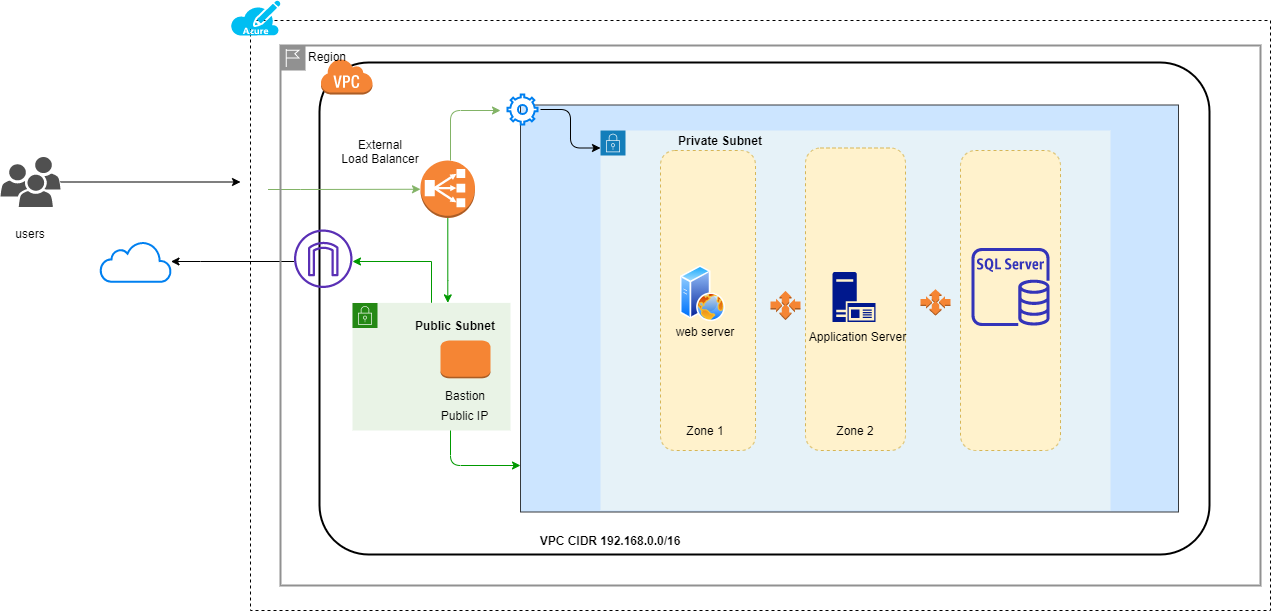
Before: KPMG_ARCH.png, a diagram exported from draw.io (gbhushan86/KPMGTECH). Source tidied: cells renumbered, new cells last; positions are measured from the earlier drawing's top-left corner, leaving out a move shared by most shapes.
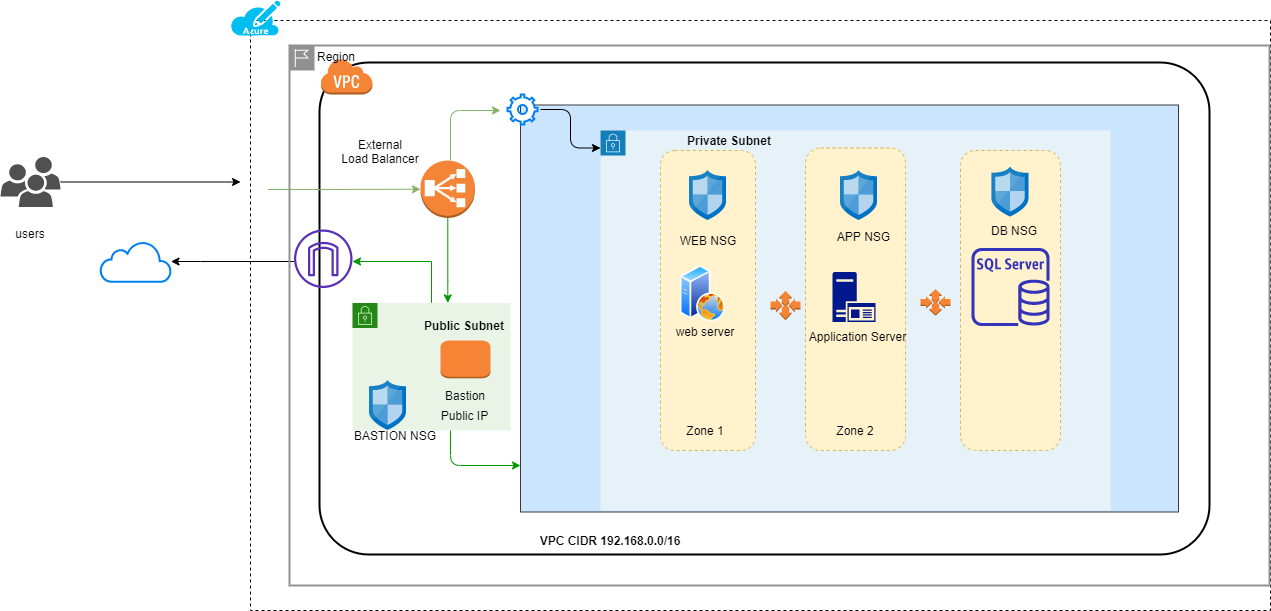
After the change.

Diff of the diagram source:
```diff
@@ -135,7 +135,7 @@
       <mxGeometry x="230" width="50" height="35" as="geometry" />
     </mxCell>
     <mxCell id="34" value="Region" style="shape=mxgraph.ibm.box;prType=region;fontStyle=0;verticalAlign=top;align=left;spacingLeft=32;spacingTop=4;fillColor=none;rounded=0;whiteSpace=wrap;html=1;strokeColor=#919191;strokeWidth=2;dashed=0;spacing=-4;" parent="1" vertex="1">
-      <mxGeometry x="280" y="45" width="980" height="540" as="geometry" />
+      <mxGeometry x="289" y="45" width="980" height="540" as="geometry" />
     </mxCell>
     <mxCell id="35" value="Private Subnet" style="text;html=1;strokeColor=none;fillColor=none;align=center;verticalAlign=middle;whiteSpace=wrap;rounded=0;dashed=1;sketch=1;fontStyle=1;" parent="34" vertex="1">
       <mxGeometry x="390" y="84.5" width="100" height="20" as="geometry" />
@@ -143,6 +143,24 @@
     <mxCell id="36" value="Public Subnet" style="text;html=1;strokeColor=none;fillColor=none;align=center;verticalAlign=middle;whiteSpace=wrap;rounded=0;dashed=1;sketch=1;fontStyle=1;" parent="34" vertex="1">
       <mxGeometry x="130" y="270" width="90" height="20" as="geometry" />
     </mxCell>
+    <mxCell id="44" style="html=1;align=center;image;fontSize=12;image=img/lib/mscae/Network_Security_Groups_Classic.svg;" parent="34" vertex="1">
+      <mxGeometry x="80" y="335" width="37" height="50" as="geometry" />
+    </mxCell>
+    <mxCell id="45" style="html=1;align=center;image;fontSize=12;image=img/lib/mscae/Network_Security_Groups_Classic.svg;" parent="34" vertex="1">
+      <mxGeometry x="400" y="125" width="37" height="50" as="geometry" />
+    </mxCell>
+    <mxCell id="46" style="html=1;align=center;image;fontSize=12;image=img/lib/mscae/Network_Security_Groups_Classic.svg;" parent="34" vertex="1">
+      <mxGeometry x="551" y="125" width="37" height="50" as="geometry" />
+    </mxCell>
+    <mxCell id="47" value="DB NSG" style="text;html=1;strokeColor=none;fillColor=none;align=center;verticalAlign=middle;whiteSpace=wrap;rounded=0;" parent="34" vertex="1">
+      <mxGeometry x="700" y="175" width="50" height="20" as="geometry" />
+    </mxCell>
+    <mxCell id="48" value="APP NSG" style="text;html=1;strokeColor=none;fillColor=none;align=center;verticalAlign=middle;whiteSpace=wrap;rounded=0;" parent="34" vertex="1">
+      <mxGeometry x="546" y="181" width="57" height="20" as="geometry" />
+    </mxCell>
+    <mxCell id="49" value="WEB NSG" style="text;html=1;strokeColor=none;fillColor=none;align=center;verticalAlign=middle;whiteSpace=wrap;rounded=0;" parent="34" vertex="1">
+      <mxGeometry x="388.5" y="185" width="60" height="20" as="geometry" />
+    </mxCell>
     <mxCell id="37" style="perimeter=ellipsePerimeter;html=1;align=center;shadow=0;dashed=0;spacingTop=3;image;image=img/lib/active_directory/web_server.svg;" parent="1" vertex="1">
       <mxGeometry x="680" y="265.2" width="45" height="56.2" as="geometry" />
     </mxCell>
@@ -167,5 +185,11 @@
         <mxPoint x="600" y="147.5" as="targetPoint" />
       </mxGeometry>
     </mxCell>
+    <mxCell id="50" style="html=1;align=center;image;fontSize=12;image=img/lib/mscae/Network_Security_Groups_Classic.svg;" parent="1" vertex="1">
+      <mxGeometry x="991.5" y="166.6" width="37" height="50" as="geometry" />
+    </mxCell>
+    <mxCell id="51" value="BASTION NSG" style="text;html=1;strokeColor=none;fillColor=none;align=center;verticalAlign=middle;whiteSpace=wrap;rounded=0;" parent="1" vertex="1">
+      <mxGeometry x="350" y="425.2" width="90" height="20" as="geometry" />
+    </mxCell>
   </root>
 </mxGraphModel>
```
